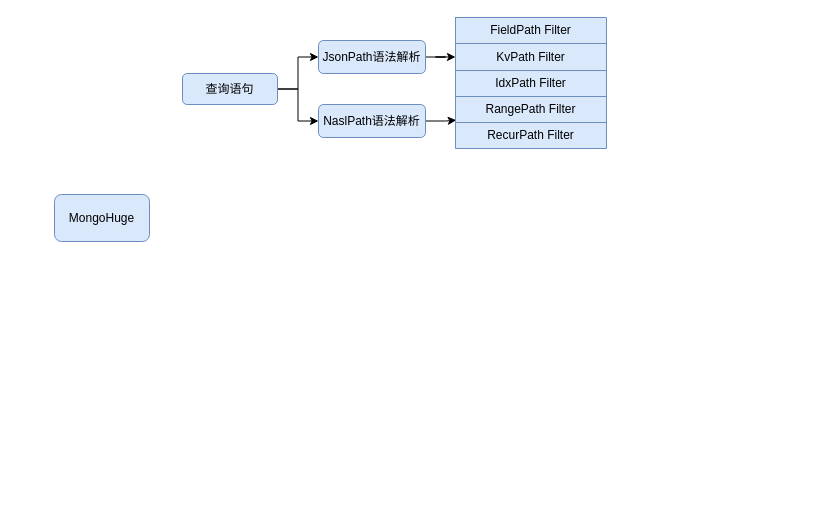
The draw.io diagram MongoHuge.drawio in TimerIzaya/TimerBlogPic, before the edit. Source tidied: cells renumbered, new cells numbered last; positions are measured from the earlier drawing's top-left corner, leaving out a move shared by most shapes. Both pictures are drawn from the tidied source at 100%, with x=0, y=0 at pixel (54, 17).
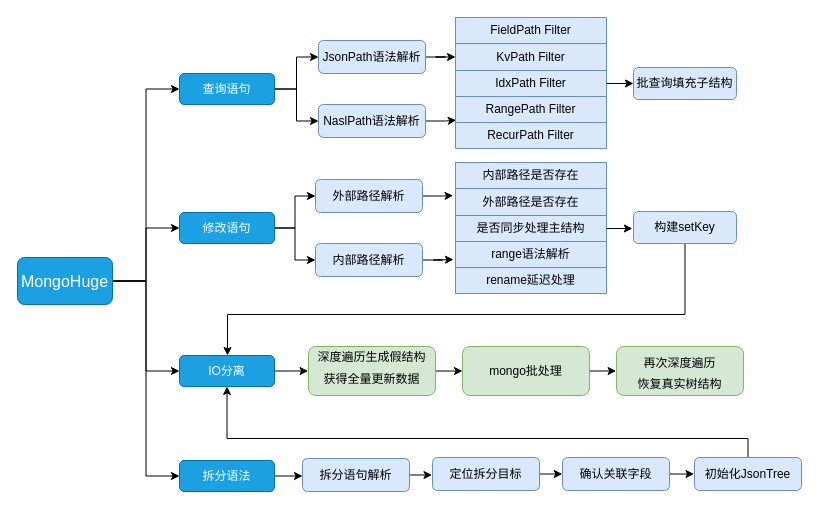
Above is the later version.

Unchanged cells that the change refers to:
```xml
<mxCell id="15" style="shape=tableRow;horizontal=0;startSize=0;swimlaneHead=0;swimlaneBody=0;top=0;left=0;bottom=0;right=0;fillColor=none;points=[[0,0.5],[1,0.5]];portConstraint=eastwest;" parent="10" vertex="1">
  <mxGeometry y="53" width="151" height="26" as="geometry" />
</mxCell>
```

What changed in the source:
```diff
@@
+    <mxCell id="21" style="edgeStyle=orthogonalEdgeStyle;rounded=0;jettySize=auto;html=1;entryX=0;entryY=0.5;entryDx=0;entryDy=0;" parent="1" edge="1" source="2" target="7">
+      <mxGeometry relative="1" as="geometry" />
+    </mxCell>
+    <mxCell id="22" style="edgeStyle=orthogonalEdgeStyle;rounded=0;jettySize=auto;html=1;entryX=0;entryY=0.5;entryDx=0;entryDy=0;" parent="1" edge="1" source="2" target="31">
+      <mxGeometry relative="1" as="geometry" />
+    </mxCell>
+    <mxCell id="23" style="edgeStyle=orthogonalEdgeStyle;rounded=0;jettySize=auto;html=1;entryX=0;entryY=0.5;entryDx=0;entryDy=0;" parent="1" edge="1" source="2" target="47">
+      <mxGeometry relative="1" as="geometry" />
+    </mxCell>
+    <mxCell id="24" style="edgeStyle=orthogonalEdgeStyle;rounded=0;jettySize=auto;html=1;entryX=0;entryY=0.5;entryDx=0;entryDy=0;" parent="1" edge="1" source="2" target="49">
+      <mxGeometry relative="1" as="geometry" />
+    </mxCell>
-    <mxCell id="2" value="MongoHuge" style="text;html=1;align=center;verticalAlign=middle;whiteSpace=wrap;rounded=1;strokeColor=#6c8ebf;fillColor=#dae8fc;" parent="1" vertex="1">
-      <mxGeometry y="177" width="95" height="47" as="geometry" />
+    <mxCell id="2" value="&lt;font style=&quot;font-size: 16px;&quot;&gt;MongoHuge&lt;/font&gt;" style="text;html=1;align=center;verticalAlign=middle;whiteSpace=wrap;rounded=1;strokeColor=#006EAF;fillColor=#1ba1e2;fontColor=#ffffff;" parent="1" vertex="1">
+      <mxGeometry x="-37" y="240" width="95" height="47" as="geometry" />
     </mxCell>
@@
-    <mxCell id="7" value="查询语句" style="text;html=1;align=center;verticalAlign=middle;whiteSpace=wrap;rounded=1;strokeColor=#6c8ebf;fillColor=#dae8fc;" parent="1" vertex="1">
-      <mxGeometry x="128" y="56" width="95" height="31" as="geometry" />
+    <mxCell id="7" value="查询语句" style="text;html=1;align=center;verticalAlign=middle;whiteSpace=wrap;rounded=1;strokeColor=#006EAF;fillColor=#1ba1e2;fontColor=#ffffff;" parent="1" vertex="1">
+      <mxGeometry x="125" y="56" width="95" height="31" as="geometry" />
     </mxCell>
@@
+    <mxCell id="25" style="edgeStyle=orthogonalEdgeStyle;rounded=0;jettySize=auto;html=1;" parent="1" edge="1" source="15">
+      <mxGeometry relative="1" as="geometry">
+        <mxPoint x="579" y="66" as="targetPoint" />
+      </mxGeometry>
+    </mxCell>
+    <mxCell id="26" value="批查询填充子结构" style="text;html=1;align=center;verticalAlign=middle;whiteSpace=wrap;rounded=1;strokeColor=#6c8ebf;fillColor=#dae8fc;" parent="1" vertex="1">
+      <mxGeometry x="579" y="50" width="103" height="32" as="geometry" />
+    </mxCell>
+    <mxCell id="27" style="edgeStyle=orthogonalEdgeStyle;rounded=0;jettySize=auto;html=1;entryX=-0.016;entryY=0.263;entryDx=0;entryDy=0;entryPerimeter=0;" parent="1" edge="1" source="28" target="37">
+      <mxGeometry relative="1" as="geometry" />
+    </mxCell>
+    <mxCell id="28" value="外部路径解析" style="text;html=1;align=center;verticalAlign=middle;whiteSpace=wrap;rounded=1;strokeColor=#6c8ebf;fillColor=#dae8fc;" parent="1" vertex="1">
+      <mxGeometry x="261" y="162" width="107" height="33" as="geometry" />
+    </mxCell>
+    <mxCell id="29" style="edgeStyle=orthogonalEdgeStyle;rounded=0;jettySize=auto;html=1;entryX=0;entryY=0.5;entryDx=0;entryDy=0;" parent="1" edge="1" source="31" target="28">
+      <mxGeometry relative="1" as="geometry" />
+    </mxCell>
+    <mxCell id="30" style="edgeStyle=orthogonalEdgeStyle;rounded=0;jettySize=auto;html=1;entryX=0;entryY=0.5;entryDx=0;entryDy=0;" parent="1" edge="1" source="31" target="33">
+      <mxGeometry relative="1" as="geometry" />
+    </mxCell>
+    <mxCell id="31" value="修改语句" style="text;html=1;align=center;verticalAlign=middle;whiteSpace=wrap;rounded=1;strokeColor=#006EAF;fillColor=#1ba1e2;fontColor=#ffffff;" parent="1" vertex="1">
+      <mxGeometry x="125" y="195" width="95" height="31" as="geometry" />
+    </mxCell>
+    <mxCell id="32" style="edgeStyle=orthogonalEdgeStyle;rounded=0;jettySize=auto;html=1;" parent="1" edge="1" source="33">
+      <mxGeometry relative="1" as="geometry">
+        <mxPoint x="399" y="242" as="targetPoint" />
+      </mxGeometry>
+    </mxCell>
+    <mxCell id="33" value="内部路径解析" style="text;html=1;align=center;verticalAlign=middle;whiteSpace=wrap;rounded=1;strokeColor=#6c8ebf;fillColor=#dae8fc;" parent="1" vertex="1">
+      <mxGeometry x="261" y="226" width="107" height="33" as="geometry" />
+    </mxCell>
+    <mxCell id="34" style="shape=table;html=1;whiteSpace=wrap;startSize=0;childLayout=tableLayout;fillColor=#dae8fc;strokeColor=#6c8ebf;" parent="1" vertex="1">
+      <mxGeometry x="401" y="145" width="151" height="131" as="geometry" />
+    </mxCell>
+    <mxCell id="35" style="shape=tableRow;horizontal=0;startSize=0;swimlaneHead=0;swimlaneBody=0;top=0;left=0;bottom=0;right=0;fillColor=none;" parent="34" vertex="1">
+      <mxGeometry width="151" height="26" as="geometry" />
+    </mxCell>
+    <mxCell id="36" value="内部路径是否存在" style="shape=partialRectangle;html=1;whiteSpace=wrap;fillColor=none;top=0;left=0;bottom=0;right=0;overflow=hidden;" parent="35" vertex="1">
+      <mxGeometry width="151" height="26" as="geometry" />
+    </mxCell>
+    <mxCell id="37" style="shape=tableRow;horizontal=0;startSize=0;swimlaneHead=0;swimlaneBody=0;top=0;left=0;bottom=0;right=0;fillColor=none;points=[[0,0.5],[1,0.5]];portConstraint=eastwest;" parent="34" vertex="1">
+      <mxGeometry y="26" width="151" height="27" as="geometry" />
+    </mxCell>
+    <mxCell id="38" value="外部路径是否存在" style="shape=partialRectangle;html=1;whiteSpace=wrap;fillColor=none;top=0;left=0;bottom=0;right=0;overflow=hidden;" parent="37" vertex="1">
+      <mxGeometry width="151" height="27" as="geometry" />
+    </mxCell>
+    <mxCell id="39" style="shape=tableRow;horizontal=0;startSize=0;swimlaneHead=0;swimlaneBody=0;top=0;left=0;bottom=0;right=0;fillColor=none;points=[[0,0.5],[1,0.5]];portConstraint=eastwest;" parent="34" vertex="1">
+      <mxGeometry y="53" width="151" height="26" as="geometry" />
+    </mxCell>
+    <mxCell id="40" value="是否同步处理主结构" style="shape=partialRectangle;html=1;whiteSpace=wrap;fillColor=none;top=0;left=0;bottom=0;right=0;overflow=hidden;" parent="39" vertex="1">
+      <mxGeometry width="151" height="26" as="geometry" />
+    </mxCell>
+    <mxCell id="41" style="shape=tableRow;horizontal=0;startSize=0;swimlaneHead=0;swimlaneBody=0;top=0;left=0;bottom=0;right=0;fillColor=none;" parent="34" vertex="1">
+      <mxGeometry y="79" width="151" height="26" as="geometry" />
+    </mxCell>
+    <mxCell id="42" value="range语法解析" style="shape=partialRectangle;html=1;whiteSpace=wrap;fillColor=none;top=0;left=0;bottom=0;right=0;overflow=hidden;" parent="41" vertex="1">
+      <mxGeometry width="151" height="26" as="geometry" />
+    </mxCell>
+    <mxCell id="43" style="shape=tableRow;horizontal=0;startSize=0;swimlaneHead=0;swimlaneBody=0;top=0;left=0;bottom=0;right=0;fillColor=none;" parent="34" vertex="1">
+      <mxGeometry y="105" width="151" height="26" as="geometry" />
+    </mxCell>
+    <mxCell id="44" value="rename延迟处理" style="shape=partialRectangle;html=1;whiteSpace=wrap;fillColor=none;top=0;left=0;bottom=0;right=0;overflow=hidden;" parent="43" vertex="1">
+      <mxGeometry width="151" height="26" as="geometry" />
+    </mxCell>
+    <mxCell id="45" style="edgeStyle=orthogonalEdgeStyle;rounded=0;jettySize=auto;html=1;" parent="1" edge="1" source="39">
+      <mxGeometry relative="1" as="geometry">
+        <mxPoint x="577.9" y="211" as="targetPoint" />
+      </mxGeometry>
+    </mxCell>
+    <mxCell id="46" style="edgeStyle=orthogonalEdgeStyle;rounded=0;jettySize=auto;html=1;" parent="1" edge="1" source="47">
+      <mxGeometry relative="1" as="geometry">
+        <mxPoint x="253.6" y="353.5" as="targetPoint" />
+      </mxGeometry>
+    </mxCell>
+    <mxCell id="47" value="IO分离" style="text;html=1;align=center;verticalAlign=middle;whiteSpace=wrap;rounded=1;strokeColor=#006EAF;fillColor=#1ba1e2;fontColor=#ffffff;" parent="1" vertex="1">
+      <mxGeometry x="125" y="338" width="95" height="31" as="geometry" />
+    </mxCell>
+    <mxCell id="48" style="edgeStyle=orthogonalEdgeStyle;rounded=0;jettySize=auto;html=1;" parent="1" edge="1" source="49">
+      <mxGeometry relative="1" as="geometry">
+        <mxPoint x="248" y="458.5" as="targetPoint" />
+      </mxGeometry>
+    </mxCell>
+    <mxCell id="49" value="拆分语法" style="text;html=1;align=center;verticalAlign=middle;whiteSpace=wrap;rounded=1;strokeColor=#006EAF;fillColor=#1ba1e2;fontColor=#ffffff;" parent="1" vertex="1">
+      <mxGeometry x="125" y="443" width="95" height="31" as="geometry" />
+    </mxCell>
+    <mxCell id="50" style="edgeStyle=orthogonalEdgeStyle;rounded=0;jettySize=auto;html=1;" parent="1" edge="1" source="51" target="47">
+      <mxGeometry relative="1" as="geometry">
+        <Array as="points">
+          <mxPoint x="631" y="297" />
+          <mxPoint x="173" y="297" />
+        </Array>
+      </mxGeometry>
+    </mxCell>
+    <mxCell id="51" value="构建setKey" style="text;html=1;align=center;verticalAlign=middle;whiteSpace=wrap;rounded=1;strokeColor=#6c8ebf;fillColor=#dae8fc;" parent="1" vertex="1">
+      <mxGeometry x="579" y="194" width="103" height="32" as="geometry" />
+    </mxCell>
+    <mxCell id="52" style="edgeStyle=orthogonalEdgeStyle;rounded=0;jettySize=auto;html=1;" parent="1" edge="1" source="53">
+      <mxGeometry relative="1" as="geometry">
+        <mxPoint x="408" y="353.5" as="targetPoint" />
+      </mxGeometry>
+    </mxCell>
+    <mxCell id="53" value="&lt;p style=&quot;line-height: 0.4;&quot;&gt;深度遍历生成假结构&lt;/p&gt;&lt;p style=&quot;line-height: 1.3;&quot;&gt;获得全量更新数据&lt;/p&gt;" style="text;html=1;align=center;verticalAlign=middle;whiteSpace=wrap;rounded=1;strokeColor=#82b366;fillColor=#d5e8d4;" parent="1" vertex="1">
+      <mxGeometry x="254" y="329" width="127" height="49" as="geometry" />
+    </mxCell>
+    <mxCell id="54" style="edgeStyle=orthogonalEdgeStyle;rounded=0;jettySize=auto;html=1;" parent="1" edge="1" source="55">
+      <mxGeometry relative="1" as="geometry">
+        <mxPoint x="561.6" y="353.5" as="targetPoint" />
+      </mxGeometry>
+    </mxCell>
+    <mxCell id="55" value="&lt;p style=&quot;line-height: 0.4;&quot;&gt;mongo批处理&lt;/p&gt;" style="text;html=1;align=center;verticalAlign=middle;whiteSpace=wrap;rounded=1;strokeColor=#82b366;fillColor=#d5e8d4;" parent="1" vertex="1">
+      <mxGeometry x="408" y="329" width="127" height="49" as="geometry" />
+    </mxCell>
+    <mxCell id="56" value="&lt;p style=&quot;line-height: 1.1;&quot;&gt;再次深度遍历&lt;/p&gt;&lt;p style=&quot;line-height: 0.4;&quot;&gt;恢复真实树结构&lt;/p&gt;" style="text;html=1;align=center;verticalAlign=middle;whiteSpace=wrap;rounded=1;strokeColor=#82b366;fillColor=#d5e8d4;" parent="1" vertex="1">
+      <mxGeometry x="562" y="329" width="127" height="49" as="geometry" />
+    </mxCell>
+    <mxCell id="57" style="edgeStyle=orthogonalEdgeStyle;rounded=0;jettySize=auto;html=1;" parent="1" edge="1" source="58">
+      <mxGeometry relative="1" as="geometry">
+        <mxPoint x="377.5" y="457.5" as="targetPoint" />
+      </mxGeometry>
+    </mxCell>
+    <mxCell id="58" value="拆分语句解析" style="text;html=1;align=center;verticalAlign=middle;whiteSpace=wrap;rounded=1;strokeColor=#6c8ebf;fillColor=#dae8fc;" parent="1" vertex="1">
+      <mxGeometry x="248" y="441" width="107" height="33" as="geometry" />
+    </mxCell>
+    <mxCell id="59" style="edgeStyle=orthogonalEdgeStyle;rounded=0;jettySize=auto;html=1;" parent="1" edge="1" source="60">
+      <mxGeometry relative="1" as="geometry">
+        <mxPoint x="507.8" y="456.5" as="targetPoint" />
+      </mxGeometry>
+    </mxCell>
+    <mxCell id="60" value="定位拆分目标" style="text;html=1;align=center;verticalAlign=middle;whiteSpace=wrap;rounded=1;strokeColor=#6c8ebf;fillColor=#dae8fc;" parent="1" vertex="1">
+      <mxGeometry x="378" y="440" width="107" height="33" as="geometry" />
+    </mxCell>
+    <mxCell id="61" style="edgeStyle=orthogonalEdgeStyle;rounded=0;jettySize=auto;html=1;" parent="1" edge="1" source="62">
+      <mxGeometry relative="1" as="geometry">
+        <mxPoint x="639.5" y="456.5" as="targetPoint" />
+      </mxGeometry>
+    </mxCell>
+    <mxCell id="62" value="确认关联字段" style="text;html=1;align=center;verticalAlign=middle;whiteSpace=wrap;rounded=1;strokeColor=#6c8ebf;fillColor=#dae8fc;" parent="1" vertex="1">
+      <mxGeometry x="508" y="440" width="107" height="33" as="geometry" />
+    </mxCell>
+    <mxCell id="63" style="edgeStyle=orthogonalEdgeStyle;rounded=0;jettySize=auto;html=1;entryX=0.5;entryY=1;entryDx=0;entryDy=0;" parent="1" edge="1" source="64" target="47">
+      <mxGeometry relative="1" as="geometry">
+        <Array as="points">
+          <mxPoint x="694" y="421" />
+          <mxPoint x="173" y="421" />
+        </Array>
+      </mxGeometry>
+    </mxCell>
+    <mxCell id="64" value="初始化JsonTree" style="text;html=1;align=center;verticalAlign=middle;whiteSpace=wrap;rounded=1;strokeColor=#6c8ebf;fillColor=#dae8fc;" parent="1" vertex="1">
+      <mxGeometry x="640" y="440" width="107" height="33" as="geometry" />
+    </mxCell>
```
